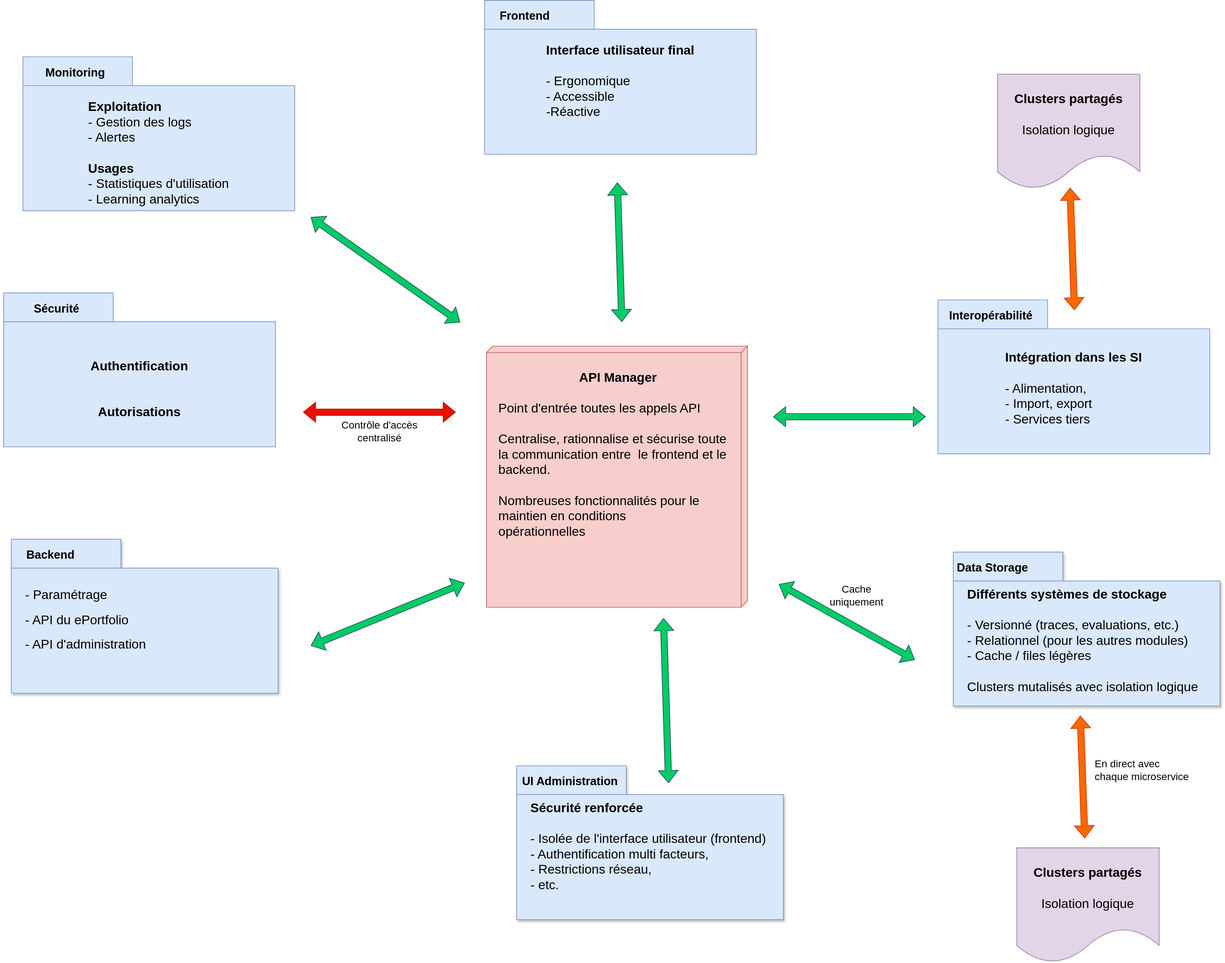
Above: assets/images/architecture-simple-view.svg in avenirs-esr/dev-doc (draw.io), before the change. Source tidied: cells renumbered, new cells last; positions are measured from the earlier drawing's top-left corner, leaving out a move shared by most shapes. Its diagram source:
```xml
<mxGraphModel>
  <root>
    <mxCell id="0" />
    <mxCell id="1" value="Interface APIM Communications" parent="0" />
    <mxCell id="2" value="Front Office" parent="0" />
    <mxCell id="3" style="group;shadow=0;" parent="2" vertex="1">
      <mxGeometry x="750" width="429" height="240" as="geometry" />
    </mxCell>
    <mxCell id="4" value="&lt;font style=&quot;font-size: 20px;&quot;&gt;Interface utilisateur final&lt;br&gt;&lt;br&gt;&lt;div style=&quot;text-align: left;&quot;&gt;&lt;span style=&quot;font-weight: normal; background-color: transparent; color: light-dark(rgb(0, 0, 0), rgb(255, 255, 255));&quot;&gt;- Ergonomique&lt;/span&gt;&lt;/div&gt;&lt;/font&gt;&lt;div style=&quot;text-align: left;&quot;&gt;&lt;font style=&quot;font-size: 20px;&quot;&gt;&lt;span style=&quot;font-weight: normal;&quot;&gt;- Accessible&amp;nbsp;&lt;/span&gt;&lt;/font&gt;&lt;/div&gt;&lt;div style=&quot;text-align: left;&quot;&gt;&lt;font style=&quot;font-size: 20px;&quot;&gt;&lt;span style=&quot;font-weight: normal;&quot;&gt;-Réactive&lt;/span&gt;&lt;/font&gt;&lt;/div&gt;" style="shape=folder;fontStyle=1;spacingTop=10;tabWidth=171;tabHeight=45;tabPosition=left;html=1;whiteSpace=wrap;shadow=0;fillColor=#dae8fc;strokeColor=#6c8ebf;" parent="3" vertex="1">
      <mxGeometry x="5" width="424" height="240" as="geometry" />
    </mxCell>
    <mxCell id="5" value="&lt;font style=&quot;font-size: 18px;&quot;&gt;&lt;b style=&quot;&quot;&gt;Frontend&lt;/b&gt;&lt;/font&gt;" style="text;html=1;align=center;verticalAlign=middle;whiteSpace=wrap;rounded=0;" parent="3" vertex="1">
      <mxGeometry y="10" width="136" height="30" as="geometry" />
    </mxCell>
    <mxCell id="6" style="group;" parent="2" vertex="1">
      <mxGeometry x="12" y="840" width="421" height="240" as="geometry" />
    </mxCell>
    <mxCell id="7" value="&lt;span style=&quot;font-size: 20px; font-weight: 400;&quot;&gt;- Paramétrage&lt;br&gt;&lt;/span&gt;&lt;br style=&quot;font-size: 20px; font-weight: 400;&quot;&gt;&lt;span style=&quot;font-size: 20px; font-weight: 400;&quot;&gt;- API du ePortfolio&lt;br&gt;&lt;/span&gt;&lt;br style=&quot;font-size: 20px; font-weight: 400;&quot;&gt;&lt;span style=&quot;font-size: 20px; font-weight: 400;&quot;&gt;- API d'administration&lt;/span&gt;" style="shape=folder;fontStyle=1;spacingTop=10;tabWidth=171;tabHeight=45;tabPosition=left;html=1;whiteSpace=wrap;shadow=1;align=left;spacingLeft=20;fillColor=#dae8fc;strokeColor=#6c8ebf;" parent="6" vertex="1">
      <mxGeometry x="4.9" width="416.1" height="240" as="geometry" />
    </mxCell>
    <mxCell id="8" value="&lt;font style=&quot;font-size: 18px;&quot;&gt;&lt;b style=&quot;&quot;&gt;Backend&lt;/b&gt;&lt;/font&gt;" style="text;html=1;align=center;verticalAlign=middle;whiteSpace=wrap;rounded=0;" parent="6" vertex="1">
      <mxGeometry y="10" width="133.5" height="30" as="geometry" />
    </mxCell>
    <mxCell id="9" style="group;" parent="2" vertex="1">
      <mxGeometry x="800" y="1193" width="421" height="240" as="geometry" />
    </mxCell>
    <mxCell id="10" value="&lt;span style=&quot;font-size: 20px; text-align: center;&quot;&gt;Sécurité renforcée &lt;br&gt;&lt;br&gt;&lt;span style=&quot;font-weight: 400;&quot;&gt;- Isolée de l'interface utilisateur (frontend)&lt;/span&gt;&lt;/span&gt;&lt;div&gt;&lt;span style=&quot;font-size: 20px; text-align: center;&quot;&gt;&lt;span style=&quot;font-weight: 400;&quot;&gt;- Authentification multi facteurs, &lt;/span&gt;&lt;br&gt;&lt;span style=&quot;font-weight: 400;&quot;&gt;- Restrictions réseau, &lt;br&gt;- etc.&lt;/span&gt;&lt;/span&gt;&lt;/div&gt;" style="shape=folder;fontStyle=1;spacingTop=10;tabWidth=171;tabHeight=45;tabPosition=left;html=1;whiteSpace=wrap;shadow=1;align=left;spacingLeft=20;fillColor=#dae8fc;strokeColor=#6c8ebf;" parent="9" vertex="1">
      <mxGeometry x="4.9" width="416.1" height="240" as="geometry" />
    </mxCell>
    <mxCell id="11" value="&lt;span style=&quot;font-size: 18px;&quot;&gt;&lt;b&gt;UI Administration&lt;/b&gt;&lt;/span&gt;" style="text;html=1;align=center;verticalAlign=middle;whiteSpace=wrap;rounded=0;" parent="9" vertex="1">
      <mxGeometry y="10" width="177" height="30" as="geometry" />
    </mxCell>
    <mxCell id="12" style="group;" parent="2" vertex="1">
      <mxGeometry x="1481" y="860" width="421" height="240" as="geometry" />
    </mxCell>
    <mxCell id="13" value="&lt;font style=&quot;font-size: 20px;&quot;&gt;&lt;span style=&quot;text-align: center;&quot;&gt;&lt;br&gt;Différents systèmes de stockage&lt;br&gt;&lt;br&gt;&lt;/span&gt;&lt;span style=&quot;font-weight: normal;&quot;&gt;- Versionné (traces, evaluations, etc.)&lt;/span&gt;&lt;br&gt;&lt;span style=&quot;font-weight: normal;&quot;&gt;- Relationnel (pour les autres modules)&lt;/span&gt;&lt;br&gt;&lt;span style=&quot;font-weight: normal;&quot;&gt;- Cache / files légères&lt;/span&gt;&lt;br&gt;&lt;br style=&quot;text-align: center;&quot;&gt;&lt;span style=&quot;font-weight: normal; text-align: center;&quot;&gt;Clusters mutalisés&amp;nbsp;&lt;/span&gt;&lt;span style=&quot;font-weight: normal; text-align: center;&quot;&gt;avec isolation logique&lt;/span&gt;&lt;/font&gt;" style="shape=folder;fontStyle=1;spacingTop=10;tabWidth=171;tabHeight=45;tabPosition=left;html=1;whiteSpace=wrap;shadow=1;align=left;spacingLeft=20;fillColor=#dae8fc;strokeColor=#6c8ebf;" parent="12" vertex="1">
      <mxGeometry x="4.9" width="416.1" height="240" as="geometry" />
    </mxCell>
    <mxCell id="14" value="&lt;font style=&quot;font-size: 18px;&quot;&gt;&lt;b style=&quot;&quot;&gt;Data Storage&lt;/b&gt;&lt;/font&gt;" style="text;html=1;align=center;verticalAlign=middle;whiteSpace=wrap;rounded=0;" parent="12" vertex="1">
      <mxGeometry y="10" width="133.5" height="30" as="geometry" />
    </mxCell>
    <mxCell id="15" style="group;" parent="2" vertex="1">
      <mxGeometry x="1457" y="467" width="429" height="240" as="geometry" />
    </mxCell>
    <mxCell id="16" value="&lt;span style=&quot;font-size: 20px;&quot;&gt;&lt;br&gt;&lt;br&gt;Intégration dans les SI&lt;br&gt;&lt;br&gt;&lt;div style=&quot;text-align: left;&quot;&gt;&lt;span style=&quot;font-weight: normal;&quot;&gt;&lt;span style=&quot;background-color: transparent; color: light-dark(rgb(0, 0, 0), rgb(255, 255, 255));&quot;&gt;- Alimentation, &lt;br&gt;&lt;/span&gt;&lt;span style=&quot;background-color: transparent; color: light-dark(rgb(0, 0, 0), rgb(255, 255, 255));&quot;&gt;- Import, export&lt;br&gt;- Services tiers&lt;/span&gt;&lt;/span&gt;&lt;/div&gt;&lt;br&gt;&lt;/span&gt;" style="shape=folder;fontStyle=1;spacingTop=10;tabWidth=171;tabHeight=45;tabPosition=left;html=1;whiteSpace=wrap;shadow=0;fillColor=#dae8fc;strokeColor=#6c8ebf;" parent="15" vertex="1">
      <mxGeometry x="5" width="424" height="240" as="geometry" />
    </mxCell>
    <mxCell id="17" value="&lt;font style=&quot;font-size: 18px;&quot;&gt;&lt;b style=&quot;&quot;&gt;Interopérabilité&lt;/b&gt;&lt;/font&gt;" style="text;html=1;align=center;verticalAlign=middle;whiteSpace=wrap;rounded=0;" parent="15" vertex="1">
      <mxGeometry x="20" y="10" width="136" height="30" as="geometry" />
    </mxCell>
    <mxCell id="18" style="group;" parent="2" vertex="1">
      <mxGeometry y="456" width="429" height="240" as="geometry" />
    </mxCell>
    <mxCell id="19" value="&lt;span style=&quot;font-size: 20px;&quot;&gt;&lt;br&gt;&lt;br&gt;Authentification&lt;br&gt;&lt;br&gt;&lt;br&gt;Autorisations&lt;/span&gt;" style="shape=folder;fontStyle=1;spacingTop=10;tabWidth=171;tabHeight=45;tabPosition=left;html=1;whiteSpace=wrap;shadow=0;fillColor=#dae8fc;strokeColor=#6c8ebf;" parent="18" vertex="1">
      <mxGeometry x="5" width="424" height="240" as="geometry" />
    </mxCell>
    <mxCell id="20" value="&lt;font style=&quot;font-size: 18px;&quot;&gt;&lt;b style=&quot;&quot;&gt;Sécurité&lt;/b&gt;&lt;/font&gt;" style="text;html=1;align=center;verticalAlign=middle;whiteSpace=wrap;rounded=0;" parent="18" vertex="1">
      <mxGeometry x="20" y="10" width="136" height="30" as="geometry" />
    </mxCell>
    <mxCell id="21" style="group;" parent="2" vertex="1">
      <mxGeometry x="29" y="88" width="429" height="240" as="geometry" />
    </mxCell>
    <mxCell id="22" value="&lt;div style=&quot;text-align: left;&quot;&gt;&lt;span style=&quot;font-size: 20px; background-color: transparent; color: light-dark(rgb(0, 0, 0), rgb(255, 255, 255));&quot;&gt;&lt;br&gt;&lt;br&gt;Exploitation&amp;nbsp;&lt;/span&gt;&lt;/div&gt;&lt;div style=&quot;text-align: left;&quot;&gt;&lt;span style=&quot;background-color: transparent; color: light-dark(rgb(0, 0, 0), rgb(255, 255, 255));&quot;&gt;&lt;font style=&quot;font-size: 20px;&quot;&gt;&lt;span style=&quot;font-weight: normal;&quot;&gt;- Gestion des logs&lt;/span&gt;&lt;br&gt;&lt;span style=&quot;font-weight: normal;&quot;&gt;- Alertes&lt;/span&gt;&lt;br&gt;&lt;br&gt;Usages&lt;br&gt;&lt;span style=&quot;font-weight: normal;&quot;&gt;- Statistiques d'utilisation&lt;/span&gt;&lt;br&gt;&lt;span style=&quot;font-weight: normal;&quot;&gt;- Learning analytics&lt;/span&gt;&lt;/font&gt;&lt;/span&gt;&lt;/div&gt;" style="shape=folder;fontStyle=1;spacingTop=10;tabWidth=171;tabHeight=45;tabPosition=left;html=1;whiteSpace=wrap;shadow=0;fillColor=#dae8fc;strokeColor=#6c8ebf;" parent="21" vertex="1">
      <mxGeometry x="6" width="424" height="240" as="geometry" />
    </mxCell>
    <mxCell id="23" value="&lt;font style=&quot;font-size: 18px;&quot;&gt;&lt;b style=&quot;&quot;&gt;Monitoring&lt;/b&gt;&lt;/font&gt;" style="text;html=1;align=center;verticalAlign=middle;whiteSpace=wrap;rounded=0;" parent="21" vertex="1">
      <mxGeometry x="20" y="10" width="136" height="30" as="geometry" />
    </mxCell>
    <mxCell id="24" value="Back Office" parent="0" />
    <mxCell id="25" value="Security" parent="0" />
    <mxCell id="26" value="Interfaces APIM Back Office" parent="0" />
    <mxCell id="27" value="Interfaces APIM imports/exports" parent="0" />
    <mxCell id="28" value="Interaces APIM Security" parent="0" />
    <mxCell id="29" value="Interfaces APIM Data Storage" parent="0" />
    <mxCell id="30" value="Monitoring" parent="0" />
    <mxCell id="31" value="Communication" parent="0" />
    <mxCell id="32" value="Imports/exports" parent="0" />
    <mxCell id="33" value="Data storage" parent="0" />
    <mxCell id="34" value="Security - Front Office" parent="0" />
    <mxCell id="35" value="APIM - Communication" parent="0" />
    <mxCell id="36" style="shape=flexArrow;endArrow=classic;startArrow=classic;html=1;rounded=0;fillColor=#00CC66;strokeColor=#23445d;" parent="35" edge="1">
      <mxGeometry relative="1" as="geometry">
        <mxPoint x="484" y="338" as="sourcePoint" />
        <mxPoint x="717" y="502" as="targetPoint" />
      </mxGeometry>
    </mxCell>
    <mxCell id="37" style="shape=flexArrow;endArrow=classic;startArrow=classic;html=1;rounded=0;fillColor=#00CC66;strokeColor=#23445d;entryX=0.001;entryY=0.678;entryDx=0;entryDy=0;entryPerimeter=0;" parent="35" edge="1">
      <mxGeometry relative="1" as="geometry">
        <mxPoint x="962" y="284" as="sourcePoint" />
        <mxPoint x="969.1" y="501.4" as="targetPoint" />
      </mxGeometry>
    </mxCell>
    <mxCell id="38" style="shape=flexArrow;endArrow=classic;startArrow=classic;html=1;rounded=0;fillColor=#e51400;strokeColor=#B20000;" parent="35" edge="1">
      <mxGeometry relative="1" as="geometry">
        <mxPoint x="472" y="642" as="sourcePoint" />
        <mxPoint x="710" y="642" as="targetPoint" />
      </mxGeometry>
    </mxCell>
    <mxCell id="39" style="shape=flexArrow;endArrow=classic;startArrow=classic;html=1;rounded=0;fillColor=#00CC66;strokeColor=#23445d;" parent="35" edge="1">
      <mxGeometry relative="1" as="geometry">
        <mxPoint x="484" y="1006" as="sourcePoint" />
        <mxPoint x="724" y="908" as="targetPoint" />
      </mxGeometry>
    </mxCell>
    <mxCell id="40" style="shape=flexArrow;endArrow=classic;startArrow=classic;html=1;rounded=0;fillColor=#00CC66;strokeColor=#23445d;" parent="35" edge="1">
      <mxGeometry relative="1" as="geometry">
        <mxPoint x="1205" y="649" as="sourcePoint" />
        <mxPoint x="1443" y="649" as="targetPoint" />
      </mxGeometry>
    </mxCell>
    <mxCell id="41" style="shape=flexArrow;endArrow=classic;startArrow=classic;html=1;rounded=0;fillColor=#00CC66;strokeColor=#23445d;" parent="35" edge="1">
      <mxGeometry relative="1" as="geometry">
        <mxPoint x="1034" y="963" as="sourcePoint" />
        <mxPoint x="1042" y="1220" as="targetPoint" />
      </mxGeometry>
    </mxCell>
    <mxCell id="42" style="shape=flexArrow;endArrow=classic;startArrow=classic;html=1;rounded=0;fillColor=#00CC66;strokeColor=#23445d;" parent="35" edge="1">
      <mxGeometry relative="1" as="geometry">
        <mxPoint x="1426" y="1028" as="sourcePoint" />
        <mxPoint x="1214" y="910" as="targetPoint" />
      </mxGeometry>
    </mxCell>
    <mxCell id="43" value="&lt;font style=&quot;font-size: 16px;&quot;&gt;Contrôle d'accès&lt;br&gt;centralisé&lt;/font&gt;" style="text;html=1;align=center;verticalAlign=middle;whiteSpace=wrap;rounded=0;" parent="35" vertex="1">
      <mxGeometry x="520" y="657" width="143" height="30" as="geometry" />
    </mxCell>
    <mxCell id="44" value="&lt;span style=&quot;font-size: 16px;&quot;&gt;Cache &lt;br&gt;uniquement&lt;/span&gt;" style="text;html=1;align=center;verticalAlign=middle;whiteSpace=wrap;rounded=0;" parent="35" vertex="1">
      <mxGeometry x="1264" y="913" width="143" height="30" as="geometry" />
    </mxCell>
    <mxCell id="45" style="shape=flexArrow;endArrow=classic;startArrow=classic;html=1;rounded=0;fillColor=#fa6800;strokeColor=#C73500;" parent="35" edge="1">
      <mxGeometry relative="1" as="geometry">
        <mxPoint x="1691" y="1306" as="sourcePoint" />
        <mxPoint x="1684" y="1115" as="targetPoint" />
      </mxGeometry>
    </mxCell>
    <mxCell id="46" value="&lt;span style=&quot;font-size: 16px;&quot;&gt;En direct avec chaque microservice&lt;/span&gt;" style="text;html=1;align=left;verticalAlign=middle;whiteSpace=wrap;rounded=0;" parent="35" vertex="1">
      <mxGeometry x="1705" y="1182" width="149" height="36" as="geometry" />
    </mxCell>
    <mxCell id="47" value="&lt;font style=&quot;font-size: 20px;&quot;&gt;&lt;b&gt;Clusters partagés&lt;/b&gt;&lt;br&gt;&lt;br&gt;Isolation logique&lt;/font&gt;" style="shape=document;whiteSpace=wrap;html=1;boundedLbl=1;fillColor=#e1d5e7;strokeColor=#9673a6;" parent="35" vertex="1">
      <mxGeometry x="1585" y="1321" width="222" height="179" as="geometry" />
    </mxCell>
    <mxCell id="48" style="shape=flexArrow;endArrow=classic;startArrow=classic;html=1;rounded=0;fillColor=#fa6800;strokeColor=#C73500;" parent="35" edge="1">
      <mxGeometry relative="1" as="geometry">
        <mxPoint x="1675" y="483" as="sourcePoint" />
        <mxPoint x="1668" y="292" as="targetPoint" />
      </mxGeometry>
    </mxCell>
    <mxCell id="49" value="&lt;font style=&quot;font-size: 20px;&quot;&gt;&lt;b&gt;Clusters partagés&lt;/b&gt;&lt;br&gt;&lt;br&gt;Isolation logique&lt;/font&gt;" style="shape=document;whiteSpace=wrap;html=1;boundedLbl=1;fillColor=#e1d5e7;strokeColor=#9673a6;" parent="35" vertex="1">
      <mxGeometry x="1555" y="115" width="222" height="179" as="geometry" />
    </mxCell>
    <mxCell id="50" value="APIM - Security" parent="0" />
    <mxCell id="51" style="group;" parent="50" vertex="1">
      <mxGeometry x="768" y="579" width="430" height="410" as="geometry" />
    </mxCell>
    <mxCell id="52" value="&lt;div&gt;&lt;br&gt;&lt;/div&gt;" style="verticalAlign=top;align=left;spacingTop=8;spacingLeft=2;spacingRight=12;shape=cube;size=10;direction=south;fontStyle=4;html=1;whiteSpace=wrap;backgroundColor=red;fillColor=#f8cecc;strokeColor=#b85450;" parent="51" vertex="1">
      <mxGeometry x="-10" y="-40" width="407" height="407" as="geometry" />
    </mxCell>
    <mxCell id="53" value="&lt;font style=&quot;font-size: 20px;&quot;&gt;&lt;b&gt;API Manager&lt;br&gt;&lt;/b&gt;&lt;br&gt;&lt;div style=&quot;text-align: left;&quot;&gt;&lt;span style=&quot;background-color: transparent; color: light-dark(rgb(0, 0, 0), rgb(255, 255, 255));&quot;&gt;Point d'entrée toutes les appels API&lt;br&gt;&lt;br&gt;Centralise, rationnalise et sécurise toute la communication entre&amp;nbsp; le frontend et le backend.&lt;br&gt;&lt;br&gt;Nombreuses fonctionnalités pour le maintien en conditions&amp;nbsp;&lt;br&gt;opérationnelles&lt;/span&gt;&lt;/div&gt;&lt;/font&gt;&lt;div&gt;&lt;br&gt;&lt;/div&gt;" style="text;html=1;align=center;verticalAlign=middle;whiteSpace=wrap;rounded=0;" parent="51" vertex="1">
      <mxGeometry x="8" y="-22" width="375" height="316" as="geometry" />
    </mxCell>
    <mxCell id="54" value="APIM - Front Office" parent="0" />
    <mxCell id="55" value="APIM - Data Storage" parent="0" />
    <mxCell id="56" value="APIM - Back Office" parent="0" />
    <mxCell id="57" value="APIM - Imports/Exports" parent="0" />
  </root>
</mxGraphModel>
```
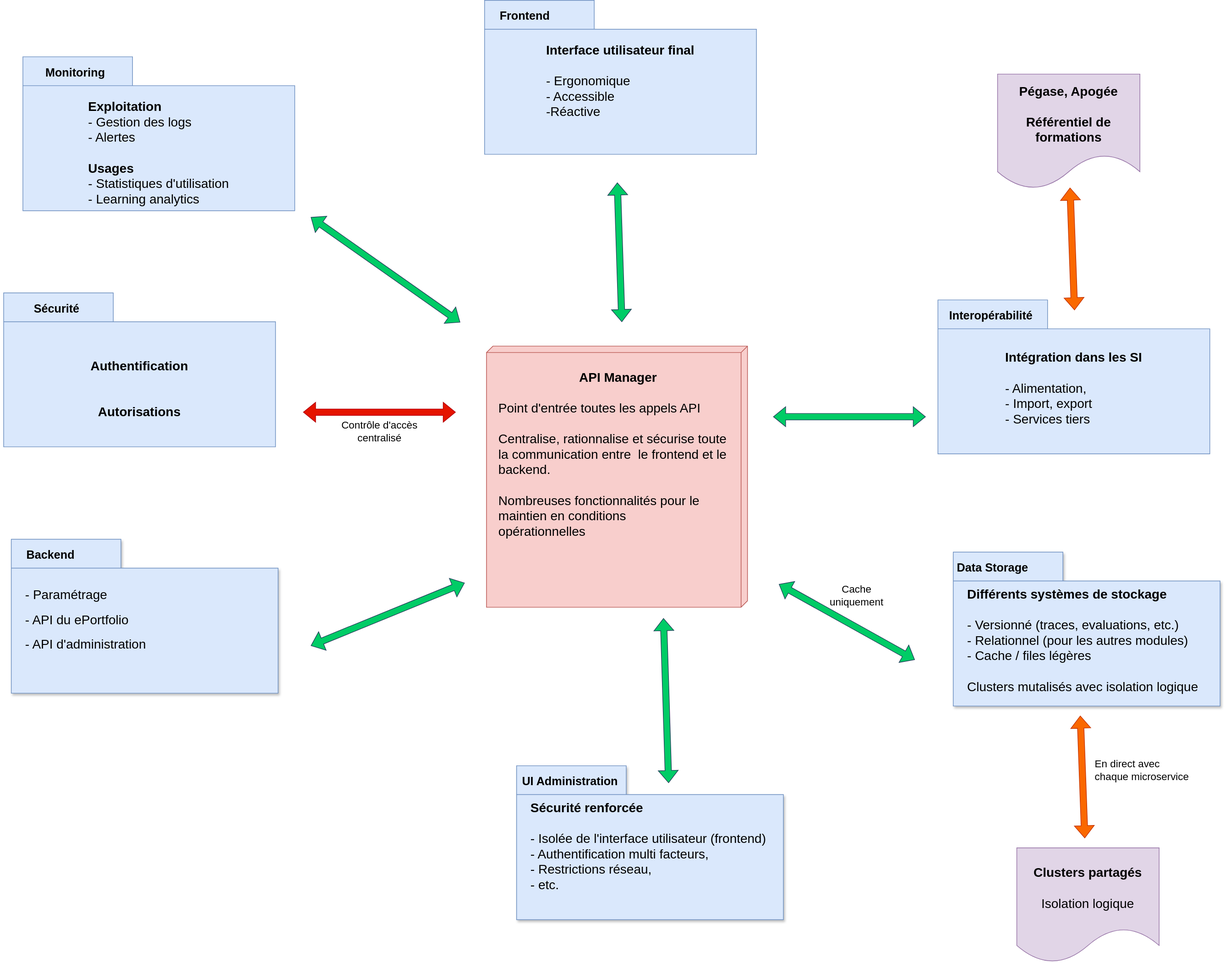
The same diagram one commit later.

What changed in the source:
```diff
@@ -144,7 +144,7 @@
         <mxPoint x="1668" y="292" as="targetPoint" />
       </mxGeometry>
     </mxCell>
-    <mxCell id="49" value="&lt;font style=&quot;font-size: 20px;&quot;&gt;&lt;b&gt;Clusters partagés&lt;/b&gt;&lt;br&gt;&lt;br&gt;Isolation logique&lt;/font&gt;" style="shape=document;whiteSpace=wrap;html=1;boundedLbl=1;fillColor=#e1d5e7;strokeColor=#9673a6;" parent="35" vertex="1">
+    <mxCell id="49" value="&lt;span style=&quot;font-size: 20px;&quot;&gt;&lt;b&gt;Pégase, Apogée&lt;br&gt;&lt;br&gt;Référentiel de formations&lt;/b&gt;&lt;/span&gt;" style="shape=document;whiteSpace=wrap;html=1;boundedLbl=1;fillColor=#e1d5e7;strokeColor=#9673a6;" parent="35" vertex="1">
       <mxGeometry x="1555" y="115" width="222" height="179" as="geometry" />
     </mxCell>
     <mxCell id="50" value="APIM - Security" parent="0" />
```
